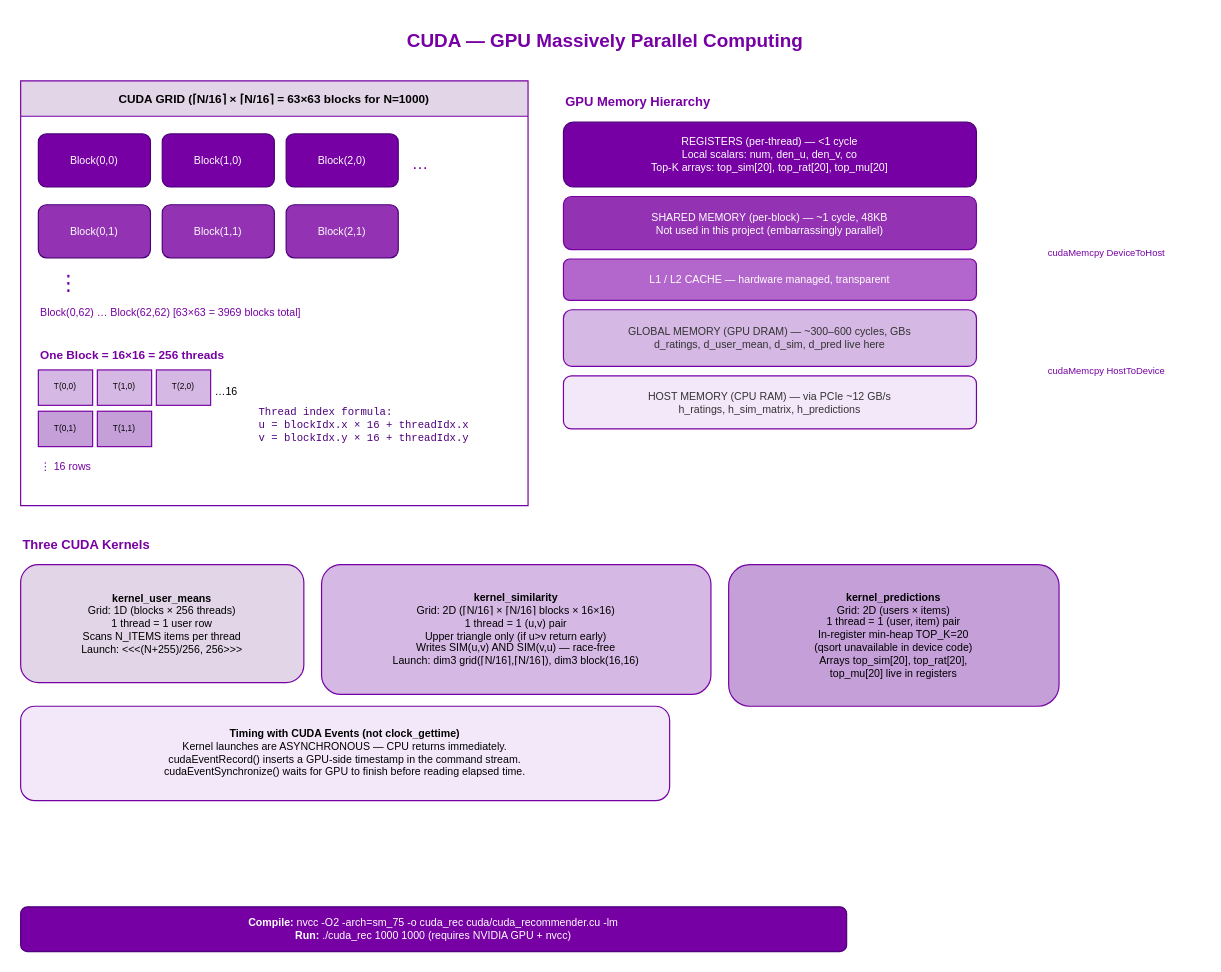
Earlier version of the draw.io diagram page "5. CUDA" (5 of 6) of analysis_diagrams/drawio/all_diagrams.drawio (Ashfaq-Riyaldeen/hpc-mine). Source tidied: cells renumbered, new cells numbered last; positions are measured from the earlier drawing's top-left corner, leaving out a move shared by most shapes. Both pictures are drawn from the tidied source at 118%, with x=0, y=0 at pixel (20, 21).
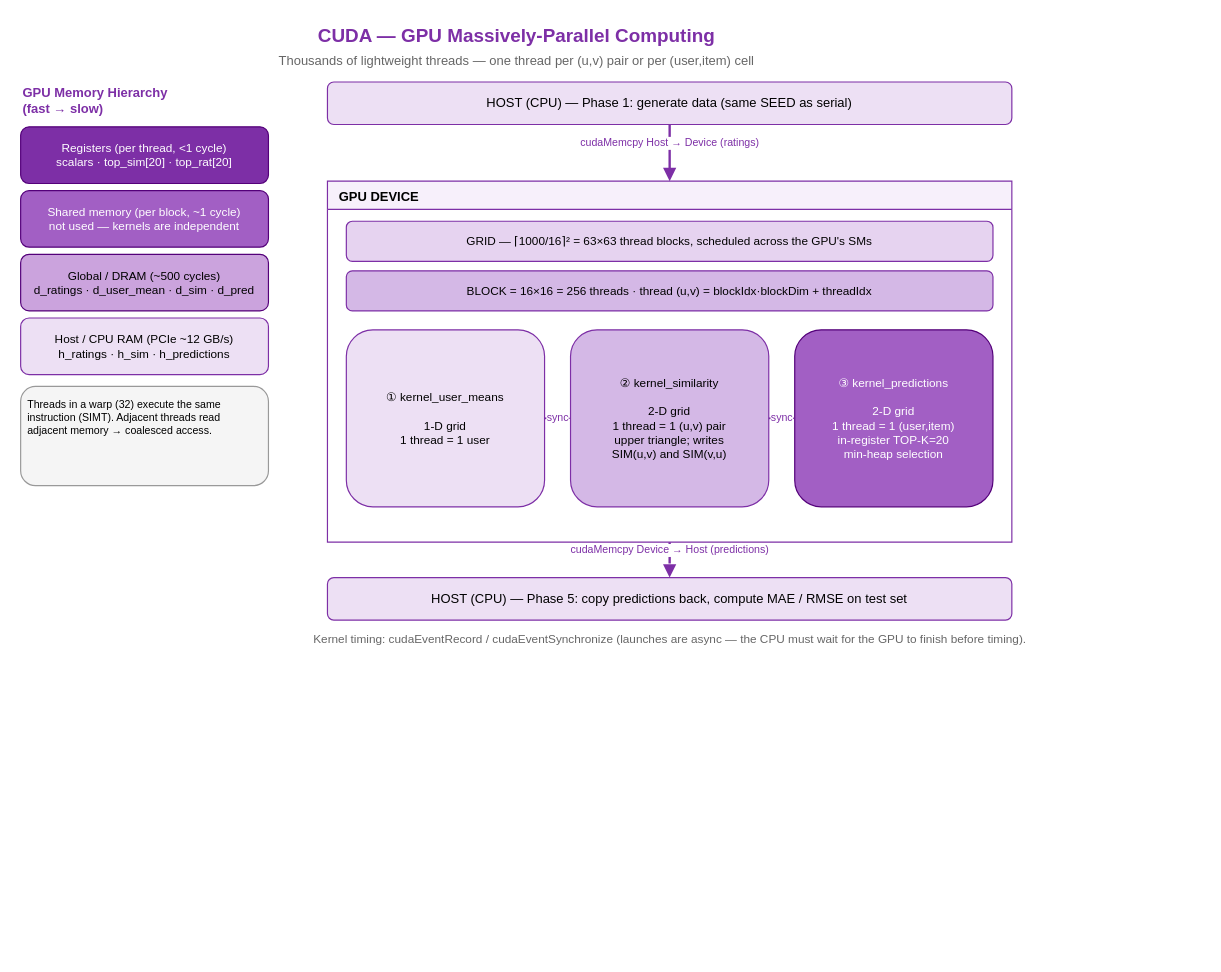
After the change.

Change to the diagram source:
```diff
@@
-    <mxCell id="2" value="CUDA — GPU Massively Parallel Computing" style="text;html=1;strokeColor=none;fillColor=none;align=center;fontStyle=1;fontSize=16;fontColor=#7600a3;" parent="1" vertex="1">
-      <mxGeometry x="170" width="650" height="35" as="geometry" />
-    </mxCell>
-    <mxCell id="3" value="CUDA GRID  (⌈N/16⌉ × ⌈N/16⌉ = 63×63 blocks for N=1000)" style="swimlane;startSize=30;whiteSpace=wrap;html=1;fillColor=#e1d5e7;strokeColor=#7600a3;fontSize=10;fontStyle=1;" parent="1" vertex="1">
-      <mxGeometry y="50" width="430" height="360" as="geometry" />
-    </mxCell>
-    <mxCell id="4" value="Block(0,0)" style="rounded=1;whiteSpace=wrap;html=1;fillColor=#7600a3;strokeColor=#4d007a;fontColor=#ffffff;fontSize=9;" parent="3" vertex="1">
-      <mxGeometry x="15" y="45" width="95" height="45" as="geometry" />
-    </mxCell>
-    <mxCell id="5" value="Block(1,0)" style="rounded=1;whiteSpace=wrap;html=1;fillColor=#7600a3;strokeColor=#4d007a;fontColor=#ffffff;fontSize=9;" parent="3" vertex="1">
-      <mxGeometry x="120" y="45" width="95" height="45" as="geometry" />
-    </mxCell>
-    <mxCell id="6" value="Block(2,0)" style="rounded=1;whiteSpace=wrap;html=1;fillColor=#7600a3;strokeColor=#4d007a;fontColor=#ffffff;fontSize=9;" parent="3" vertex="1">
-      <mxGeometry x="225" y="45" width="95" height="45" as="geometry" />
-    </mxCell>
-    <mxCell id="7" value="…" style="text;html=1;fontSize=14;fontColor=#7600a3;" parent="3" vertex="1">
-      <mxGeometry x="330" y="55" width="70" height="25" as="geometry" />
-    </mxCell>
-    <mxCell id="8" value="Block(0,1)" style="rounded=1;whiteSpace=wrap;html=1;fillColor=#9333b3;strokeColor=#4d007a;fontColor=#ffffff;fontSize=9;" parent="3" vertex="1">
-      <mxGeometry x="15" y="105" width="95" height="45" as="geometry" />
-    </mxCell>
-    <mxCell id="9" value="Block(1,1)" style="rounded=1;whiteSpace=wrap;html=1;fillColor=#9333b3;strokeColor=#4d007a;fontColor=#ffffff;fontSize=9;" parent="3" vertex="1">
-      <mxGeometry x="120" y="105" width="95" height="45" as="geometry" />
-    </mxCell>
-    <mxCell id="10" value="Block(2,1)" style="rounded=1;whiteSpace=wrap;html=1;fillColor=#9333b3;strokeColor=#4d007a;fontColor=#ffffff;fontSize=9;" parent="3" vertex="1">
-      <mxGeometry x="225" y="105" width="95" height="45" as="geometry" />
-    </mxCell>
-    <mxCell id="11" value="⋮" style="text;html=1;fontSize=18;fontColor=#7600a3;" parent="3" vertex="1">
-      <mxGeometry x="30" y="155" width="370" height="30" as="geometry" />
-    </mxCell>
-    <mxCell id="12" value="Block(0,62)  …  Block(62,62)     [63×63 = 3969 blocks total]" style="text;html=1;fontSize=9;fontColor=#7600a3;" parent="3" vertex="1">
-      <mxGeometry x="15" y="185" width="400" height="25" as="geometry" />
-    </mxCell>
-    <mxCell id="13" value="&lt;b&gt;One Block  =  16×16 = 256 threads&lt;/b&gt;" style="text;html=1;fontStyle=1;fontSize=10;fontColor=#7600a3;" parent="3" vertex="1">
-      <mxGeometry x="15" y="220" width="400" height="20" as="geometry" />
-    </mxCell>
-    <mxCell id="14" value="T(0,0)" style="rounded=0;whiteSpace=wrap;html=1;fillColor=#d5b8e3;strokeColor=#7600a3;fontSize=7;" parent="3" vertex="1">
-      <mxGeometry x="15" y="245" width="46" height="30" as="geometry" />
-    </mxCell>
-    <mxCell id="15" value="T(1,0)" style="rounded=0;whiteSpace=wrap;html=1;fillColor=#d5b8e3;strokeColor=#7600a3;fontSize=7;" parent="3" vertex="1">
-      <mxGeometry x="65" y="245" width="46" height="30" as="geometry" />
-    </mxCell>
-    <mxCell id="16" value="T(2,0)" style="rounded=0;whiteSpace=wrap;html=1;fillColor=#d5b8e3;strokeColor=#7600a3;fontSize=7;" parent="3" vertex="1">
-      <mxGeometry x="115" y="245" width="46" height="30" as="geometry" />
-    </mxCell>
-    <mxCell id="17" value="…16" style="text;html=1;fontSize=9;" parent="3" vertex="1">
-      <mxGeometry x="163" y="252" width="30" height="20" as="geometry" />
-    </mxCell>
-    <mxCell id="18" value="T(0,1)" style="rounded=0;whiteSpace=wrap;html=1;fillColor=#c49fd8;strokeColor=#7600a3;fontSize=7;" parent="3" vertex="1">
-      <mxGeometry x="15" y="280" width="46" height="30" as="geometry" />
-    </mxCell>
-    <mxCell id="19" value="T(1,1)" style="rounded=0;whiteSpace=wrap;html=1;fillColor=#c49fd8;strokeColor=#7600a3;fontSize=7;" parent="3" vertex="1">
-      <mxGeometry x="65" y="280" width="46" height="30" as="geometry" />
-    </mxCell>
-    <mxCell id="20" value="⋮ 16 rows" style="text;html=1;fontSize=9;fontColor=#7600a3;" parent="3" vertex="1">
-      <mxGeometry x="15" y="315" width="200" height="20" as="geometry" />
-    </mxCell>
-    <mxCell id="21" value="Thread index formula:&lt;br&gt;u = blockIdx.x × 16 + threadIdx.x&lt;br&gt;v = blockIdx.y × 16 + threadIdx.y" style="text;html=1;fontSize=9;fontColor=#4d007a;fontFamily=Courier New;" parent="3" vertex="1">
-      <mxGeometry x="200" y="270" width="220" height="65" as="geometry" />
-    </mxCell>
-    <mxCell id="22" value="&lt;b&gt;GPU Memory Hierarchy&lt;/b&gt;" style="text;html=1;fontStyle=1;fontSize=11;fontColor=#7600a3;" parent="1" vertex="1">
-      <mxGeometry x="460" y="55" width="250" height="25" as="geometry" />
-    </mxCell>
-    <mxCell id="23" value="REGISTERS (per-thread) — &lt;1 cycle&lt;br&gt;Local scalars: num, den_u, den_v, co&lt;br&gt;Top-K arrays: top_sim[20], top_rat[20], top_mu[20]" style="rounded=1;whiteSpace=wrap;html=1;fillColor=#7600a3;strokeColor=#4d007a;fontColor=#ffffff;fontSize=9;" parent="1" vertex="1">
-      <mxGeometry x="460" y="85" width="350" height="55" as="geometry" />
-    </mxCell>
-    <mxCell id="24" value="SHARED MEMORY (per-block) — ~1 cycle, 48KB&lt;br&gt;Not used in this project (embarrassingly parallel)" style="rounded=1;whiteSpace=wrap;html=1;fillColor=#9333b3;strokeColor=#7600a3;fontColor=#ffffff;fontSize=9;" parent="1" vertex="1">
-      <mxGeometry x="460" y="148" width="350" height="45" as="geometry" />
-    </mxCell>
-    <mxCell id="25" value="L1 / L2 CACHE — hardware managed, transparent" style="rounded=1;whiteSpace=wrap;html=1;fillColor=#b366cc;strokeColor=#7600a3;fontColor=#ffffff;fontSize=9;" parent="1" vertex="1">
-      <mxGeometry x="460" y="201" width="350" height="35" as="geometry" />
-    </mxCell>
-    <mxCell id="26" value="GLOBAL MEMORY (GPU DRAM) — ~300–600 cycles, GBs&lt;br&gt;d_ratings, d_user_mean, d_sim, d_pred live here" style="rounded=1;whiteSpace=wrap;html=1;fillColor=#d5b8e3;strokeColor=#7600a3;fontColor=#333333;fontSize=9;" parent="1" vertex="1">
-      <mxGeometry x="460" y="244" width="350" height="48" as="geometry" />
-    </mxCell>
-    <mxCell id="27" value="HOST MEMORY (CPU RAM) — via PCIe ~12 GB/s&lt;br&gt;h_ratings, h_sim_matrix, h_predictions" style="rounded=1;whiteSpace=wrap;html=1;fillColor=#f3e8fa;strokeColor=#7600a3;fontColor=#333333;fontSize=9;" parent="1" vertex="1">
-      <mxGeometry x="460" y="300" width="350" height="45" as="geometry" />
-    </mxCell>
-    <mxCell id="28" value="cudaMemcpy HostToDevice" style="text;html=1;fontSize=8;fontColor=#7600a3;align=center;" parent="1" vertex="1">
-      <mxGeometry x="840" y="285" width="160" height="20" as="geometry" />
-    </mxCell>
-    <mxCell id="29" style="edgeStyle=orthogonalEdgeStyle;startArrow=none;endArrow=block;endFill=1;strokeColor=#7600a3;strokeWidth=2;" parent="1" edge="1">
-      <mxGeometry x="850" y="340" as="geometry">
-        <Array as="points">
-          <mxPoint x="830" y="340" />
-          <mxPoint x="830" y="268" />
-        </Array>
-      </mxGeometry>
-    </mxCell>
-    <mxCell id="30" value="cudaMemcpy DeviceToHost" style="text;html=1;fontSize=8;fontColor=#7600a3;align=center;" parent="1" vertex="1">
-      <mxGeometry x="840" y="185" width="160" height="20" as="geometry" />
-    </mxCell>
-    <mxCell id="31" value="&lt;b&gt;Three CUDA Kernels&lt;/b&gt;" style="text;html=1;fontStyle=1;fontSize=11;fontColor=#7600a3;" parent="1" vertex="1">
-      <mxGeometry y="430" width="250" height="25" as="geometry" />
-    </mxCell>
-    <mxCell id="32" value="&lt;b&gt;kernel_user_means&lt;/b&gt;&lt;br&gt;Grid: 1D  (blocks × 256 threads)&lt;br&gt;1 thread = 1 user row&lt;br&gt;Scans N_ITEMS items per thread&lt;br&gt;Launch: &lt;&lt;&lt;(N+255)/256, 256&gt;&gt;&gt;" style="rounded=1;whiteSpace=wrap;html=1;fillColor=#e1d5e7;strokeColor=#7600a3;fontSize=9;" parent="1" vertex="1">
-      <mxGeometry y="460" width="240" height="100" as="geometry" />
-    </mxCell>
-    <mxCell id="33" value="&lt;b&gt;kernel_similarity&lt;/b&gt;&lt;br&gt;Grid: 2D  (⌈N/16⌉ × ⌈N/16⌉ blocks × 16×16)&lt;br&gt;1 thread = 1 (u,v) pair&lt;br&gt;Upper triangle only (if u&gt;v return early)&lt;br&gt;Writes SIM(u,v) AND SIM(v,u) — race-free&lt;br&gt;Launch: dim3 grid(⌈N/16⌉,⌈N/16⌉), dim3 block(16,16)" style="rounded=1;whiteSpace=wrap;html=1;fillColor=#d5b8e3;strokeColor=#7600a3;fontSize=9;" parent="1" vertex="1">
-      <mxGeometry x="255" y="460" width="330" height="110" as="geometry" />
-    </mxCell>
-    <mxCell id="34" value="&lt;b&gt;kernel_predictions&lt;/b&gt;&lt;br&gt;Grid: 2D (users × items)&lt;br&gt;1 thread = 1 (user, item) pair&lt;br&gt;In-register min-heap TOP_K=20&lt;br&gt;(qsort unavailable in device code)&lt;br&gt;Arrays top_sim[20], top_rat[20],&lt;br&gt;top_mu[20] live in registers" style="rounded=1;whiteSpace=wrap;html=1;fillColor=#c49fd8;strokeColor=#7600a3;fontSize=9;" parent="1" vertex="1">
-      <mxGeometry x="600" y="460" width="280" height="120" as="geometry" />
-    </mxCell>
-    <mxCell id="35" value="&lt;b&gt;Timing with CUDA Events (not clock_gettime)&lt;/b&gt;&lt;br&gt;Kernel launches are ASYNCHRONOUS — CPU returns immediately.&lt;br&gt;cudaEventRecord() inserts a GPU-side timestamp in the command stream.&lt;br&gt;cudaEventSynchronize() waits for GPU to finish before reading elapsed time." style="rounded=1;whiteSpace=wrap;html=1;fillColor=#f3e8fa;strokeColor=#7600a3;fontSize=9;" parent="1" vertex="1">
-      <mxGeometry y="580" width="550" height="80" as="geometry" />
-    </mxCell>
-    <mxCell id="36" value="&lt;b&gt;Compile:&lt;/b&gt;  nvcc -O2 -arch=sm_75 -o cuda_rec cuda/cuda_recommender.cu -lm&lt;br&gt;&lt;b&gt;Run:&lt;/b&gt;  ./cuda_rec 1000 1000     (requires NVIDIA GPU + nvcc)" style="rounded=1;whiteSpace=wrap;html=1;fillColor=#7600a3;strokeColor=#4d007a;fontColor=#ffffff;fontSize=9;" parent="1" vertex="1">
-      <mxGeometry y="750" width="700" height="38" as="geometry" />
-    </mxCell>
+    <mxCell id="37" value="CUDA — GPU Massively-Parallel Computing" style="text;html=1;align=center;verticalAlign=middle;fontStyle=1;fontSize=16;fontColor=#7d2fa6;" parent="1" vertex="1">
+      <mxGeometry x="120" y="-1" width="600" height="26" as="geometry" />
+    </mxCell>
+    <mxCell id="38" value="Thousands of lightweight threads — one thread per (u,v) pair or per (user,item) cell" style="text;html=1;align=center;verticalAlign=middle;fontSize=11;fontColor=#666666;" parent="1" vertex="1">
+      <mxGeometry x="120" y="23" width="600" height="20" as="geometry" />
+    </mxCell>
+    <mxCell id="39" value="GPU Memory Hierarchy&#10;(fast → slow)" style="text;html=1;align=left;verticalAlign=middle;fontStyle=1;fontSize=11;fontColor=#7d2fa6;" parent="1" vertex="1">
+      <mxGeometry y="51" width="210" height="32" as="geometry" />
+    </mxCell>
+    <mxCell id="40" value="Registers (per thread, &lt;1 cycle)&#10;scalars · top_sim[20] · top_rat[20]" style="rounded=1;whiteSpace=wrap;html=1;fillColor=#7d2fa6;strokeColor=#54007a;fontColor=#ffffff;fontSize=10;verticalAlign=middle;" parent="1" vertex="1">
+      <mxGeometry y="89" width="210" height="48" as="geometry" />
+    </mxCell>
+    <mxCell id="41" value="Shared memory (per block, ~1 cycle)&#10;not used — kernels are independent" style="rounded=1;whiteSpace=wrap;html=1;fillColor=#a25fc4;strokeColor=#54007a;fontColor=#ffffff;fontSize=10;verticalAlign=middle;" parent="1" vertex="1">
+      <mxGeometry y="143" width="210" height="48" as="geometry" />
+    </mxCell>
+    <mxCell id="42" value="Global / DRAM (~500 cycles)&#10;d_ratings · d_user_mean · d_sim · d_pred" style="rounded=1;whiteSpace=wrap;html=1;fillColor=#cBA3dd;strokeColor=#54007a;fontSize=10;verticalAlign=middle;" parent="1" vertex="1">
+      <mxGeometry y="197" width="210" height="48" as="geometry" />
+    </mxCell>
+    <mxCell id="43" value="Host / CPU RAM (PCIe ~12 GB/s)&#10;h_ratings · h_sim · h_predictions" style="rounded=1;whiteSpace=wrap;html=1;fillColor=#ede0f4;strokeColor=#7d2fa6;fontSize=10;verticalAlign=middle;" parent="1" vertex="1">
+      <mxGeometry y="251" width="210" height="48" as="geometry" />
+    </mxCell>
+    <mxCell id="44" value="Threads in a warp (32) execute the same instruction (SIMT). Adjacent threads read adjacent memory → coalesced access." style="rounded=1;whiteSpace=wrap;html=1;fillColor=#f5f5f5;strokeColor=#999999;fontSize=9;verticalAlign=top;align=left;spacing=6;" parent="1" vertex="1">
+      <mxGeometry y="309" width="210" height="84" as="geometry" />
+    </mxCell>
+    <mxCell id="45" value="HOST (CPU) — Phase 1: generate data (same SEED as serial)" style="rounded=1;whiteSpace=wrap;html=1;fillColor=#ede0f4;strokeColor=#7d2fa6;fontSize=11;verticalAlign=middle;" parent="1" vertex="1">
+      <mxGeometry x="260" y="51" width="580" height="36" as="geometry" />
+    </mxCell>
+    <mxCell id="46" value="GPU DEVICE" style="swimlane;startSize=24;whiteSpace=wrap;html=1;fillColor=#f7f0fb;strokeColor=#7d2fa6;fontSize=11;fontStyle=1;verticalAlign=top;align=left;spacingLeft=8;" parent="1" vertex="1">
+      <mxGeometry x="260" y="135" width="580" height="306" as="geometry" />
+    </mxCell>
+    <mxCell id="47" value="GRID — ⌈1000/16⌉² = 63×63 thread blocks, scheduled across the GPU's SMs" style="rounded=1;whiteSpace=wrap;html=1;fillColor=#e6d3f0;strokeColor=#7d2fa6;fontSize=10;verticalAlign=middle;" parent="46" vertex="1">
+      <mxGeometry x="16" y="34" width="548" height="34" as="geometry" />
+    </mxCell>
+    <mxCell id="48" value="BLOCK = 16×16 = 256 threads   ·   thread (u,v) = blockIdx·blockDim + threadIdx" style="rounded=1;whiteSpace=wrap;html=1;fillColor=#d4b8e6;strokeColor=#7d2fa6;fontSize=10;verticalAlign=middle;" parent="46" vertex="1">
+      <mxGeometry x="16" y="76" width="548" height="34" as="geometry" />
+    </mxCell>
+    <mxCell id="49" value="① kernel_user_means&#10;&#10;1-D grid&#10;1 thread = 1 user" style="rounded=1;whiteSpace=wrap;html=1;fillColor=#ede0f4;strokeColor=#7d2fa6;fontSize=10;verticalAlign=middle;spacing=4;" parent="46" vertex="1">
+      <mxGeometry x="16" y="126" width="168" height="150" as="geometry" />
+    </mxCell>
+    <mxCell id="50" value="② kernel_similarity&#10;&#10;2-D grid&#10;1 thread = 1 (u,v) pair&#10;upper triangle; writes&#10;SIM(u,v) and SIM(v,u)" style="rounded=1;whiteSpace=wrap;html=1;fillColor=#d4b8e6;strokeColor=#7d2fa6;fontSize=10;verticalAlign=middle;spacing=4;" parent="46" vertex="1">
+      <mxGeometry x="206" y="126" width="168" height="150" as="geometry" />
+    </mxCell>
+    <mxCell id="51" value="③ kernel_predictions&#10;&#10;2-D grid&#10;1 thread = 1 (user,item)&#10;in-register TOP-K=20&#10;min-heap selection" style="rounded=1;whiteSpace=wrap;html=1;fillColor=#a25fc4;strokeColor=#54007a;fontColor=#ffffff;fontSize=10;verticalAlign=middle;spacing=4;" parent="46" vertex="1">
+      <mxGeometry x="396" y="126" width="168" height="150" as="geometry" />
+    </mxCell>
+    <mxCell id="52" value="sync" style="edgeStyle=orthogonalEdgeStyle;rounded=0;html=1;endArrow=block;endFill=1;strokeWidth=1.5;strokeColor=#7d2fa6;fontSize=9;fontColor=#7d2fa6;" parent="46" edge="1" source="49" target="50">
+      <mxGeometry relative="1" as="geometry" />
+    </mxCell>
+    <mxCell id="53" value="sync" style="edgeStyle=orthogonalEdgeStyle;rounded=0;html=1;endArrow=block;endFill=1;strokeWidth=1.5;strokeColor=#7d2fa6;fontSize=9;fontColor=#7d2fa6;" parent="46" edge="1" source="50" target="51">
+      <mxGeometry relative="1" as="geometry" />
+    </mxCell>
+    <mxCell id="54" value="HOST (CPU) — Phase 5: copy predictions back, compute MAE / RMSE on test set" style="rounded=1;whiteSpace=wrap;html=1;fillColor=#ede0f4;strokeColor=#7d2fa6;fontSize=11;verticalAlign=middle;" parent="1" vertex="1">
+      <mxGeometry x="260" y="471" width="580" height="36" as="geometry" />
+    </mxCell>
+    <mxCell id="55" value="cudaMemcpy  Host → Device  (ratings)" style="edgeStyle=orthogonalEdgeStyle;rounded=0;html=1;endArrow=block;endFill=1;strokeWidth=2;strokeColor=#7d2fa6;fontSize=9;fontColor=#7d2fa6;verticalAlign=bottom;" parent="1" edge="1" source="45" target="46">
+      <mxGeometry relative="1" as="geometry" />
+    </mxCell>
+    <mxCell id="56" value="cudaMemcpy  Device → Host  (predictions)" style="edgeStyle=orthogonalEdgeStyle;rounded=0;html=1;endArrow=block;endFill=1;strokeWidth=2;strokeColor=#7d2fa6;dashed=1;fontSize=9;fontColor=#7d2fa6;verticalAlign=bottom;" parent="1" edge="1" source="46" target="54">
+      <mxGeometry relative="1" as="geometry" />
+    </mxCell>
+    <mxCell id="57" value="Kernel timing: cudaEventRecord / cudaEventSynchronize (launches are async — the CPU must wait for the GPU to finish before timing)." style="text;html=1;align=center;verticalAlign=middle;fontSize=10;fontColor=#666666;" parent="1" vertex="1">
+      <mxGeometry x="260" y="513" width="580" height="20" as="geometry" />
+    </mxCell>
```
